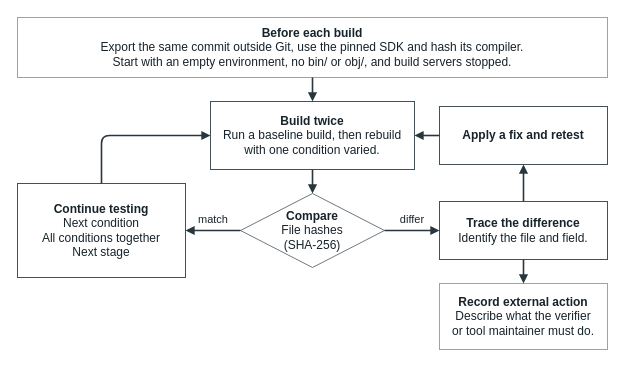
The draw.io diagram 1-ws-pems/figures/rq1-method-loop.drawio in leosakharoff/dotnet-rebuild-experiments, before the edit. Source tidied: cells renumbered, new cells numbered last; positions are measured from the earlier drawing's top-left corner, leaving out a move shared by most shapes. Both pictures are drawn from the tidied source at 100%, with x=0, y=0 at pixel (17, 17).
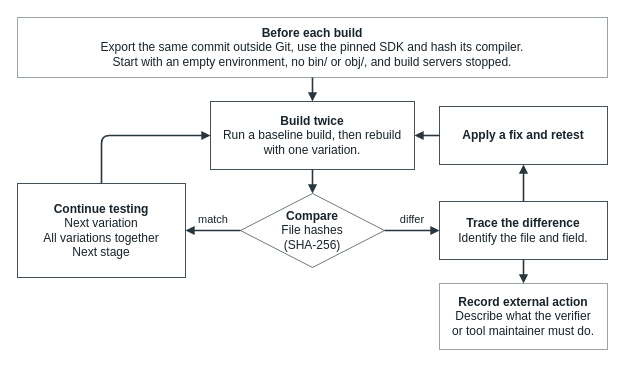
The same page after the edit.

Commit message (it also covers changes not shown here):
RQ1 procedure figure: 'variation', reprotest's own term, in place of 'condition'

What changed in the source:
```diff
@@
-    <mxCell id="3" value="&lt;b&gt;Build twice&lt;/b&gt;&lt;br&gt;Run a baseline build, then rebuild&lt;br&gt;with one condition varied." style="rounded=0;fillColor=#ffffff;strokeColor=#435057;html=1;whiteSpace=wrap;align=center;verticalAlign=middle;fontFamily=Helvetica;fontSize=12;fontColor=#17232a;strokeWidth=1;spacing=12;" parent="1" vertex="1">
+    <mxCell id="3" value="&lt;b&gt;Build twice&lt;/b&gt;&lt;br&gt;Run a baseline build, then rebuild&lt;br&gt;with one variation." style="rounded=0;fillColor=#ffffff;strokeColor=#435057;html=1;whiteSpace=wrap;align=center;verticalAlign=middle;fontFamily=Helvetica;fontSize=12;fontColor=#17232a;strokeWidth=1;spacing=12;" parent="1" vertex="1">
       <mxGeometry x="193" y="84" width="204" height="68" as="geometry" />
     </mxCell>
@@
-    <mxCell id="5" value="&lt;b&gt;Continue testing&lt;/b&gt;&lt;br&gt;Next condition&lt;br&gt;All conditions together&lt;br&gt;Next stage" style="rounded=0;fillColor=#ffffff;strokeColor=#435057;html=1;whiteSpace=wrap;align=center;verticalAlign=middle;fontFamily=Helvetica;fontSize=12;fontColor=#17232a;strokeWidth=1;spacing=12;" parent="1" vertex="1">
+    <mxCell id="5" value="&lt;b&gt;Continue testing&lt;/b&gt;&lt;br&gt;Next variation&lt;br&gt;All variations together&lt;br&gt;Next stage" style="rounded=0;fillColor=#ffffff;strokeColor=#435057;html=1;whiteSpace=wrap;align=center;verticalAlign=middle;fontFamily=Helvetica;fontSize=12;fontColor=#17232a;strokeWidth=1;spacing=12;" parent="1" vertex="1">
       <mxGeometry y="166" width="168" height="94" as="geometry" />
     </mxCell>
```
